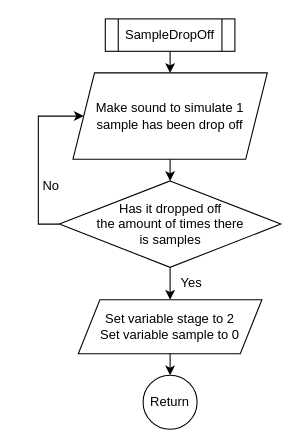
Before: Draw/sampleDropOff.drawio in jens1906/P1-project-1.-semester, a draw.io diagram. Source tidied: cells renumbered, new cells numbered last; positions are measured from the earlier drawing's top-left corner, leaving out a move shared by most shapes. Both pictures are drawn from the tidied source at 108%, with x=0, y=0 at pixel (18, 18).
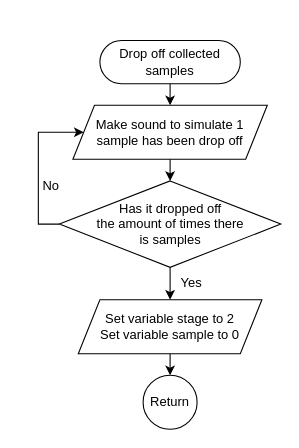
The same diagram, later.

Change to the diagram source:
```diff
@@
 <mxGraphModel>
   <root>
     <mxCell id="0" />
     <mxCell id="1" parent="0" />
     <mxCell id="2" style="edgeStyle=orthogonalEdgeStyle;rounded=0;jettySize=auto;html=1;exitX=0.5;exitY=1;exitDx=0;exitDy=0;entryX=0.5;entryY=0;entryDx=0;entryDy=0;" parent="1" edge="1" source="3" target="5">
       <mxGeometry relative="1" as="geometry" />
     </mxCell>
-    <mxCell id="3" value="SampleDropOff" style="shape=process;whiteSpace=wrap;html=1;backgroundOutline=1;" parent="1" vertex="1">
-      <mxGeometry x="80" width="120" height="30" as="geometry" />
+    <mxCell id="3" value="Drop off collected samples" style="rounded=1;whiteSpace=wrap;html=1;arcSize=50;" parent="1" vertex="1">
+      <mxGeometry x="75" y="20" width="130" height="40" as="geometry" />
     </mxCell>
     <mxCell id="4" style="edgeStyle=orthogonalEdgeStyle;rounded=0;jettySize=auto;html=1;exitX=0.5;exitY=1;exitDx=0;exitDy=0;entryX=0.5;entryY=0;entryDx=0;entryDy=0;" parent="1" edge="1" source="5" target="8">
       <mxGeometry relative="1" as="geometry" />
     </mxCell>
     <mxCell id="5" value="Make sound to simulate 1 sample has been drop off" style="shape=parallelogram;perimeter=parallelogramPerimeter;whiteSpace=wrap;html=1;fixedSize=1;" parent="1" vertex="1">
-      <mxGeometry x="50" y="50" width="180" height="80" as="geometry" />
+      <mxGeometry x="50" y="80" width="180" height="50" as="geometry" />
     </mxCell>
     <mxCell id="6" style="edgeStyle=orthogonalEdgeStyle;rounded=0;jettySize=auto;html=1;exitX=0.5;exitY=1;exitDx=0;exitDy=0;entryX=0.5;entryY=0;entryDx=0;entryDy=0;" parent="1" edge="1" source="8" target="13">
       <mxGeometry relative="1" as="geometry" />
     </mxCell>
     <mxCell id="7" style="edgeStyle=orthogonalEdgeStyle;rounded=0;jettySize=auto;html=1;exitX=0;exitY=0.5;exitDx=0;exitDy=0;entryX=0;entryY=0.5;entryDx=0;entryDy=0;" parent="1" edge="1" source="8" target="5">
       <mxGeometry relative="1" as="geometry">
         <Array as="points">
           <mxPoint x="18" y="190" />
-          <mxPoint x="18" y="90" />
+          <mxPoint x="18" y="105" />
         </Array>
       </mxGeometry>
     </mxCell>
     <mxCell id="8" value="Has it dropped off &lt;br&gt;the amount of times there &lt;br&gt;is samples" style="rhombus;whiteSpace=wrap;html=1;" parent="1" vertex="1">
       <mxGeometry x="37.5" y="150" width="205" height="80" as="geometry" />
     </mxCell>
     <mxCell id="9" value="Yes" style="text;html=1;strokeColor=none;fillColor=none;align=center;verticalAlign=middle;whiteSpace=wrap;rounded=0;" parent="1" vertex="1">
       <mxGeometry x="130" y="230" width="60" height="30" as="geometry" />
     </mxCell>
     <mxCell id="10" value="Return" style="ellipse;whiteSpace=wrap;html=1;" parent="1" vertex="1">
       <mxGeometry x="115" y="330" width="50" height="50" as="geometry" />
     </mxCell>
     <mxCell id="11" value="No" style="text;html=1;strokeColor=none;fillColor=none;align=center;verticalAlign=middle;whiteSpace=wrap;rounded=0;" parent="1" vertex="1">
       <mxGeometry y="140" width="60" height="30" as="geometry" />
     </mxCell>
     <mxCell id="12" style="edgeStyle=orthogonalEdgeStyle;rounded=0;jettySize=auto;html=1;exitX=0.5;exitY=1;exitDx=0;exitDy=0;entryX=0.5;entryY=0;entryDx=0;entryDy=0;" parent="1" edge="1" source="13" target="10">
       <mxGeometry relative="1" as="geometry" />
     </mxCell>
     <mxCell id="13" value="Set variable stage to 2&lt;br&gt;Set variable sample to 0" style="shape=parallelogram;perimeter=parallelogramPerimeter;whiteSpace=wrap;html=1;fixedSize=1;" parent="1" vertex="1">
       <mxGeometry x="55" y="260" width="170" height="50" as="geometry" />
     </mxCell>
   </root>
 </mxGraphModel>
```
